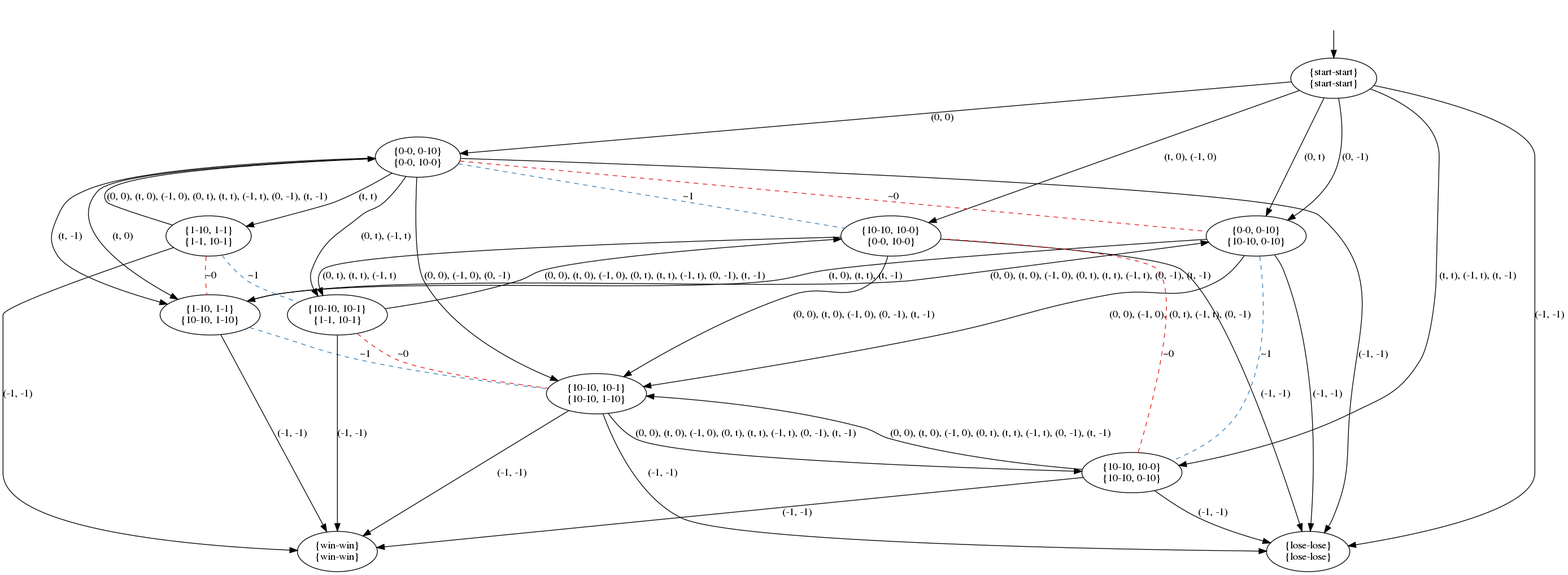
This is pictures/memory_GK2.png from olandr/mkbsc, a Graphviz export, as it was before one commit. Its source is kept beside it as pictures/memory_GK2.dot. The source it was exported from:
```dot
digraph  {
concentrate=False;
nodesep=0.5;
ranksep=0.5;
splines=True;
140577457445744 [label="{start-start}\n{start-start}"];
140577457446024 [label="{0-0, 0-10}\n{0-0, 10-0}"];
140577457443952 [label="{10-10, 10-0}\n{0-0, 10-0}"];
140577457444736 [label="{0-0, 0-10}\n{10-10, 0-10}"];
140577457445632 [label="{10-10, 10-0}\n{10-10, 0-10}"];
140577457444456 [label="{lose-lose}\n{lose-lose}"];
140577457444960 [label="{10-10, 10-1}\n{10-10, 1-10}"];
140577457444904 [label="{1-10, 1-1}\n{10-10, 1-10}"];
140577457444176 [label="{10-10, 10-1}\n{1-1, 10-1}"];
140577457443728 [label="{1-10, 1-1}\n{1-1, 10-1}"];
140577457210480 [label="{win-win}\n{win-win}"];
hidden [label="", shape=none];
140577457445744 -> 140577457446024  [action="('0', '0')", key="('0', '0')", label="(0, 0)"];
140577457445744 -> 140577457444736  [action="('0', 't')", key="('0', 't')", label="(0, t)"];
140577457445744 -> 140577457444736  [action="('0', '-1')", key="('0', '-1')", label="(0, -1)"];
140577457445744 -> 140577457444456  [action="('-1', '-1')", key="('-1', '-1')", label="(-1, -1)"];
140577457445744 -> 140577457443952  [action="(('t', '0'), ('-1', '0'))", key="(('t', '0'), ('-1', '0'))", label="(t, 0), (-1, 0)"];
140577457445744 -> 140577457445632  [action="(('t', 't'), ('-1', 't'), ('t', '-1'))", key="(('t', 't'), ('-1', 't'), ('t', '-1'))", label="(t, t), (-1, t), (t, -1)"];
140577457446024 -> 140577457444904  [action="('t', '0')", key="('t', '0')", label="(t, 0)"];
140577457446024 -> 140577457444904  [action="('t', '-1')", key="('t', '-1')", label="(t, -1)"];
140577457446024 -> 140577457443728  [action="('t', 't')", key="('t', 't')", label="(t, t)"];
140577457446024 -> 140577457444456  [action="('-1', '-1')", key="('-1', '-1')", label="(-1, -1)"];
140577457446024 -> 140577457444960  [action="(('0', '0'), ('-1', '0'), ('0', '-1'))", key="(('0', '0'), ('-1', '0'), ('0', '-1'))", label="(0, 0), (-1, 0), (0, -1)"];
140577457446024 -> 140577457444176  [action="(('0', 't'), ('-1', 't'))", key="(('0', 't'), ('-1', 't'))", label="(0, t), (-1, t)"];
140577457446024 -> 140577457444736  [arrowhead=none, color=1, colorscheme=set19, constraint=True, key=0, label="~0", style=dashed];
140577457446024 -> 140577457443952  [arrowhead=none, color=2, colorscheme=set19, constraint=True, key=0, label="~1", style=dashed];
140577457443952 -> 140577457444456  [action="('-1', '-1')", key="('-1', '-1')", label="(-1, -1)"];
140577457443952 -> 140577457444960  [action="(('0', '0'), ('t', '0'), ('-1', '0'), ('0', '-1'), ('t', '-1'))", key="(('0', '0'), ('t', '0'), ('-1', '0'), ('0', '-1'), ('t', '-1'))", label="(0, 0), (t, 0), (-1, 0), (0, -1), (t, -1)"];
140577457443952 -> 140577457444176  [action="(('0', 't'), ('t', 't'), ('-1', 't'))", key="(('0', 't'), ('t', 't'), ('-1', 't'))", label="(0, t), (t, t), (-1, t)"];
140577457444736 -> 140577457444456  [action="('-1', '-1')", key="('-1', '-1')", label="(-1, -1)"];
140577457444736 -> 140577457444960  [action="(('0', '0'), ('-1', '0'), ('0', 't'), ('-1', 't'), ('0', '-1'))", key="(('0', '0'), ('-1', '0'), ('0', 't'), ('-1', 't'), ('0', '-1'))", label="(0, 0), (-1, 0), (0, t), (-1, t), (0, -1)"];
140577457444736 -> 140577457444904  [action="(('t', '0'), ('t', 't'), ('t', '-1'))", key="(('t', '0'), ('t', 't'), ('t', '-1'))", label="(t, 0), (t, t), (t, -1)"];
140577457444736 -> 140577457445632  [arrowhead=none, color=2, colorscheme=set19, constraint=True, key=0, label="~1", style=dashed];
140577457445632 -> 140577457210480  [action="('-1', '-1')", key="('-1', '-1')", label="(-1, -1)"];
140577457445632 -> 140577457444456  [action="('-1', '-1')", key="('-1', '-1')", label="(-1, -1)"];
140577457445632 -> 140577457444960  [action="(('0', '0'), ('t', '0'), ('-1', '0'), ('0', 't'), ('t', 't'), ('-1', 't'), ('0', '-1'), ('t', '-1'))", key="(('0', '0'), ('t', '0'), ('-1', '0'), ('0', 't'), ('t', 't'), ('-1', 't'), ('0', '-1'), ('t', '-1'))", label="(0, 0), (t, 0), (-1, 0), (0, t), (t, t), (-1, t), (0, -1), (t, -1)"];
140577457445632 -> 140577457443952  [arrowhead=none, color=1, colorscheme=set19, constraint=True, key=0, label="~0", style=dashed];
140577457444960 -> 140577457210480  [action="('-1', '-1')", key="('-1', '-1')", label="(-1, -1)"];
140577457444960 -> 140577457444456  [action="('-1', '-1')", key="('-1', '-1')", label="(-1, -1)"];
140577457444960 -> 140577457445632  [action="(('0', '0'), ('t', '0'), ('-1', '0'), ('0', 't'), ('t', 't'), ('-1', 't'), ('0', '-1'), ('t', '-1'))", key="(('0', '0'), ('t', '0'), ('-1', '0'), ('0', 't'), ('t', 't'), ('-1', 't'), ('0', '-1'), ('t', '-1'))", label="(0, 0), (t, 0), (-1, 0), (0, t), (t, t), (-1, t), (0, -1), (t, -1)"];
140577457444904 -> 140577457210480  [action="('-1', '-1')", key="('-1', '-1')", label="(-1, -1)"];
140577457444904 -> 140577457444736  [action="(('0', '0'), ('t', '0'), ('-1', '0'), ('0', 't'), ('t', 't'), ('-1', 't'), ('0', '-1'), ('t', '-1'))", key="(('0', '0'), ('t', '0'), ('-1', '0'), ('0', 't'), ('t', 't'), ('-1', 't'), ('0', '-1'), ('t', '-1'))", label="(0, 0), (t, 0), (-1, 0), (0, t), (t, t), (-1, t), (0, -1), (t, -1)"];
140577457444904 -> 140577457444960  [arrowhead=none, color=2, colorscheme=set19, constraint=True, key=0, label="~1", style=dashed];
140577457444176 -> 140577457210480  [action="('-1', '-1')", key="('-1', '-1')", label="(-1, -1)"];
140577457444176 -> 140577457443952  [action="(('0', '0'), ('t', '0'), ('-1', '0'), ('0', 't'), ('t', 't'), ('-1', 't'), ('0', '-1'), ('t', '-1'))", key="(('0', '0'), ('t', '0'), ('-1', '0'), ('0', 't'), ('t', 't'), ('-1', 't'), ('0', '-1'), ('t', '-1'))", label="(0, 0), (t, 0), (-1, 0), (0, t), (t, t), (-1, t), (0, -1), (t, -1)"];
140577457444176 -> 140577457444960  [arrowhead=none, color=1, colorscheme=set19, constraint=True, key=0, label="~0", style=dashed];
140577457443728 -> 140577457210480  [action="('-1', '-1')", key="('-1', '-1')", label="(-1, -1)"];
140577457443728 -> 140577457446024  [action="(('0', '0'), ('t', '0'), ('-1', '0'), ('0', 't'), ('t', 't'), ('-1', 't'), ('0', '-1'), ('t', '-1'))", key="(('0', '0'), ('t', '0'), ('-1', '0'), ('0', 't'), ('t', 't'), ('-1', 't'), ('0', '-1'), ('t', '-1'))", label="(0, 0), (t, 0), (-1, 0), (0, t), (t, t), (-1, t), (0, -1), (t, -1)"];
140577457443728 -> 140577457444904  [arrowhead=none, color=1, colorscheme=set19, constraint=True, key=0, label="~0", style=dashed];
140577457443728 -> 140577457444176  [arrowhead=none, color=2, colorscheme=set19, constraint=True, key=0, label="~1", style=dashed];
hidden -> 140577457445744  [key=0];
}
```
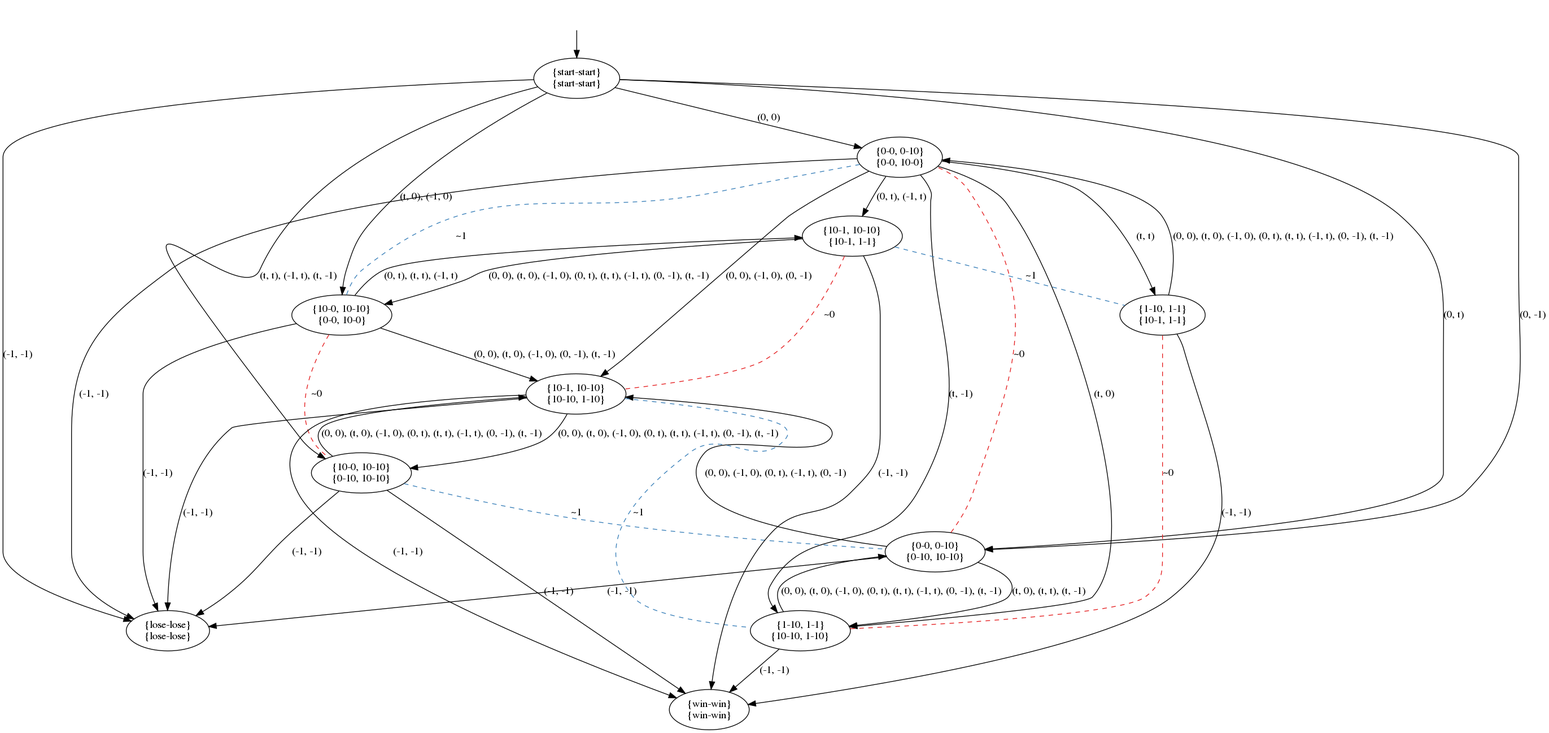
Later version of the same file.

The edit, as a diff of the source:
```diff
@@ -3,55 +3,55 @@
 nodesep=0.5;
 ranksep=0.5;
 splines=True;
-140577457445744 [label="{start-start}\n{start-start}"];
-140577457446024 [label="{0-0, 0-10}\n{0-0, 10-0}"];
-140577457443952 [label="{10-10, 10-0}\n{0-0, 10-0}"];
-140577457444736 [label="{0-0, 0-10}\n{10-10, 0-10}"];
-140577457445632 [label="{10-10, 10-0}\n{10-10, 0-10}"];
-140577457444456 [label="{lose-lose}\n{lose-lose}"];
-140577457444960 [label="{10-10, 10-1}\n{10-10, 1-10}"];
-140577457444904 [label="{1-10, 1-1}\n{10-10, 1-10}"];
-140577457444176 [label="{10-10, 10-1}\n{1-1, 10-1}"];
-140577457443728 [label="{1-10, 1-1}\n{1-1, 10-1}"];
-140577457210480 [label="{win-win}\n{win-win}"];
+139993769306936 [label="{start-start}\n{start-start}"];
+139993769307216 [label="{0-0, 0-10}\n{0-0, 10-0}"];
+139993769305144 [label="{10-0, 10-10}\n{0-0, 10-0}"];
+139993769305928 [label="{0-0, 0-10}\n{0-10, 10-10}"];
+139993769306824 [label="{10-0, 10-10}\n{0-10, 10-10}"];
+139993769305648 [label="{lose-lose}\n{lose-lose}"];
+139993769306152 [label="{10-1, 10-10}\n{10-10, 1-10}"];
+139993769306096 [label="{1-10, 1-1}\n{10-10, 1-10}"];
+139993769305368 [label="{10-1, 10-10}\n{10-1, 1-1}"];
+139993769304920 [label="{1-10, 1-1}\n{10-1, 1-1}"];
+139993769033968 [label="{win-win}\n{win-win}"];
 hidden [label="", shape=none];
-140577457445744 -> 140577457446024  [action="('0', '0')", key="('0', '0')", label="(0, 0)"];
-140577457445744 -> 140577457444736  [action="('0', 't')", key="('0', 't')", label="(0, t)"];
-140577457445744 -> 140577457444736  [action="('0', '-1')", key="('0', '-1')", label="(0, -1)"];
-140577457445744 -> 140577457444456  [action="('-1', '-1')", key="('-1', '-1')", label="(-1, -1)"];
-140577457445744 -> 140577457443952  [action="(('t', '0'), ('-1', '0'))", key="(('t', '0'), ('-1', '0'))", label="(t, 0), (-1, 0)"];
-140577457445744 -> 140577457445632  [action="(('t', 't'), ('-1', 't'), ('t', '-1'))", key="(('t', 't'), ('-1', 't'), ('t', '-1'))", label="(t, t), (-1, t), (t, -1)"];
-140577457446024 -> 140577457444904  [action="('t', '0')", key="('t', '0')", label="(t, 0)"];
-140577457446024 -> 140577457444904  [action="('t', '-1')", key="('t', '-1')", label="(t, -1)"];
-140577457446024 -> 140577457443728  [action="('t', 't')", key="('t', 't')", label="(t, t)"];
-140577457446024 -> 140577457444456  [action="('-1', '-1')", key="('-1', '-1')", label="(-1, -1)"];
-140577457446024 -> 140577457444960  [action="(('0', '0'), ('-1', '0'), ('0', '-1'))", key="(('0', '0'), ('-1', '0'), ('0', '-1'))", label="(0, 0), (-1, 0), (0, -1)"];
-140577457446024 -> 140577457444176  [action="(('0', 't'), ('-1', 't'))", key="(('0', 't'), ('-1', 't'))", label="(0, t), (-1, t)"];
-140577457446024 -> 140577457444736  [arrowhead=none, color=1, colorscheme=set19, constraint=True, key=0, label="~0", style=dashed];
-140577457446024 -> 140577457443952  [arrowhead=none, color=2, colorscheme=set19, constraint=True, key=0, label="~1", style=dashed];
-140577457443952 -> 140577457444456  [action="('-1', '-1')", key="('-1', '-1')", label="(-1, -1)"];
-140577457443952 -> 140577457444960  [action="(('0', '0'), ('t', '0'), ('-1', '0'), ('0', '-1'), ('t', '-1'))", key="(('0', '0'), ('t', '0'), ('-1', '0'), ('0', '-1'), ('t', '-1'))", label="(0, 0), (t, 0), (-1, 0), (0, -1), (t, -1)"];
-140577457443952 -> 140577457444176  [action="(('0', 't'), ('t', 't'), ('-1', 't'))", key="(('0', 't'), ('t', 't'), ('-1', 't'))", label="(0, t), (t, t), (-1, t)"];
-140577457444736 -> 140577457444456  [action="('-1', '-1')", key="('-1', '-1')", label="(-1, -1)"];
-140577457444736 -> 140577457444960  [action="(('0', '0'), ('-1', '0'), ('0', 't'), ('-1', 't'), ('0', '-1'))", key="(('0', '0'), ('-1', '0'), ('0', 't'), ('-1', 't'), ('0', '-1'))", label="(0, 0), (-1, 0), (0, t), (-1, t), (0, -1)"];
-140577457444736 -> 140577457444904  [action="(('t', '0'), ('t', 't'), ('t', '-1'))", key="(('t', '0'), ('t', 't'), ('t', '-1'))", label="(t, 0), (t, t), (t, -1)"];
-140577457444736 -> 140577457445632  [arrowhead=none, color=2, colorscheme=set19, constraint=True, key=0, label="~1", style=dashed];
-140577457445632 -> 140577457210480  [action="('-1', '-1')", key="('-1', '-1')", label="(-1, -1)"];
-140577457445632 -> 140577457444456  [action="('-1', '-1')", key="('-1', '-1')", label="(-1, -1)"];
-140577457445632 -> 140577457444960  [action="(('0', '0'), ('t', '0'), ('-1', '0'), ('0', 't'), ('t', 't'), ('-1', 't'), ('0', '-1'), ('t', '-1'))", key="(('0', '0'), ('t', '0'), ('-1', '0'), ('0', 't'), ('t', 't'), ('-1', 't'), ('0', '-1'), ('t', '-1'))", label="(0, 0), (t, 0), (-1, 0), (0, t), (t, t), (-1, t), (0, -1), (t, -1)"];
-140577457445632 -> 140577457443952  [arrowhead=none, color=1, colorscheme=set19, constraint=True, key=0, label="~0", style=dashed];
-140577457444960 -> 140577457210480  [action="('-1', '-1')", key="('-1', '-1')", label="(-1, -1)"];
-140577457444960 -> 140577457444456  [action="('-1', '-1')", key="('-1', '-1')", label="(-1, -1)"];
-140577457444960 -> 140577457445632  [action="(('0', '0'), ('t', '0'), ('-1', '0'), ('0', 't'), ('t', 't'), ('-1', 't'), ('0', '-1'), ('t', '-1'))", key="(('0', '0'), ('t', '0'), ('-1', '0'), ('0', 't'), ('t', 't'), ('-1', 't'), ('0', '-1'), ('t', '-1'))", label="(0, 0), (t, 0), (-1, 0), (0, t), (t, t), (-1, t), (0, -1), (t, -1)"];
-140577457444904 -> 140577457210480  [action="('-1', '-1')", key="('-1', '-1')", label="(-1, -1)"];
-140577457444904 -> 140577457444736  [action="(('0', '0'), ('t', '0'), ('-1', '0'), ('0', 't'), ('t', 't'), ('-1', 't'), ('0', '-1'), ('t', '-1'))", key="(('0', '0'), ('t', '0'), ('-1', '0'), ('0', 't'), ('t', 't'), ('-1', 't'), ('0', '-1'), ('t', '-1'))", label="(0, 0), (t, 0), (-1, 0), (0, t), (t, t), (-1, t), (0, -1), (t, -1)"];
-140577457444904 -> 140577457444960  [arrowhead=none, color=2, colorscheme=set19, constraint=True, key=0, label="~1", style=dashed];
-140577457444176 -> 140577457210480  [action="('-1', '-1')", key="('-1', '-1')", label="(-1, -1)"];
-140577457444176 -> 140577457443952  [action="(('0', '0'), ('t', '0'), ('-1', '0'), ('0', 't'), ('t', 't'), ('-1', 't'), ('0', '-1'), ('t', '-1'))", key="(('0', '0'), ('t', '0'), ('-1', '0'), ('0', 't'), ('t', 't'), ('-1', 't'), ('0', '-1'), ('t', '-1'))", label="(0, 0), (t, 0), (-1, 0), (0, t), (t, t), (-1, t), (0, -1), (t, -1)"];
-140577457444176 -> 140577457444960  [arrowhead=none, color=1, colorscheme=set19, constraint=True, key=0, label="~0", style=dashed];
-140577457443728 -> 140577457210480  [action="('-1', '-1')", key="('-1', '-1')", label="(-1, -1)"];
-140577457443728 -> 140577457446024  [action="(('0', '0'), ('t', '0'), ('-1', '0'), ('0', 't'), ('t', 't'), ('-1', 't'), ('0', '-1'), ('t', '-1'))", key="(('0', '0'), ('t', '0'), ('-1', '0'), ('0', 't'), ('t', 't'), ('-1', 't'), ('0', '-1'), ('t', '-1'))", label="(0, 0), (t, 0), (-1, 0), (0, t), (t, t), (-1, t), (0, -1), (t, -1)"];
-140577457443728 -> 140577457444904  [arrowhead=none, color=1, colorscheme=set19, constraint=True, key=0, label="~0", style=dashed];
-140577457443728 -> 140577457444176  [arrowhead=none, color=2, colorscheme=set19, constraint=True, key=0, label="~1", style=dashed];
-hidden -> 140577457445744  [key=0];
+139993769306936 -> 139993769307216  [action="('0', '0')", key="('0', '0')", label="(0, 0)"];
+139993769306936 -> 139993769305928  [action="('0', 't')", key="('0', 't')", label="(0, t)"];
+139993769306936 -> 139993769305928  [action="('0', '-1')", key="('0', '-1')", label="(0, -1)"];
+139993769306936 -> 139993769305648  [action="('-1', '-1')", key="('-1', '-1')", label="(-1, -1)"];
+139993769306936 -> 139993769305144  [action="(('t', '0'), ('-1', '0'))", key="(('t', '0'), ('-1', '0'))", label="(t, 0), (-1, 0)"];
+139993769306936 -> 139993769306824  [action="(('t', 't'), ('-1', 't'), ('t', '-1'))", key="(('t', 't'), ('-1', 't'), ('t', '-1'))", label="(t, t), (-1, t), (t, -1)"];
+139993769307216 -> 139993769306096  [action="('t', '0')", key="('t', '0')", label="(t, 0)"];
+139993769307216 -> 139993769306096  [action="('t', '-1')", key="('t', '-1')", label="(t, -1)"];
+139993769307216 -> 139993769304920  [action="('t', 't')", key="('t', 't')", label="(t, t)"];
+139993769307216 -> 139993769305648  [action="('-1', '-1')", key="('-1', '-1')", label="(-1, -1)"];
+139993769307216 -> 139993769306152  [action="(('0', '0'), ('-1', '0'), ('0', '-1'))", key="(('0', '0'), ('-1', '0'), ('0', '-1'))", label="(0, 0), (-1, 0), (0, -1)"];
+139993769307216 -> 139993769305368  [action="(('0', 't'), ('-1', 't'))", key="(('0', 't'), ('-1', 't'))", label="(0, t), (-1, t)"];
+139993769305144 -> 139993769305648  [action="('-1', '-1')", key="('-1', '-1')", label="(-1, -1)"];
+139993769305144 -> 139993769306152  [action="(('0', '0'), ('t', '0'), ('-1', '0'), ('0', '-1'), ('t', '-1'))", key="(('0', '0'), ('t', '0'), ('-1', '0'), ('0', '-1'), ('t', '-1'))", label="(0, 0), (t, 0), (-1, 0), (0, -1), (t, -1)"];
+139993769305144 -> 139993769305368  [action="(('0', 't'), ('t', 't'), ('-1', 't'))", key="(('0', 't'), ('t', 't'), ('-1', 't'))", label="(0, t), (t, t), (-1, t)"];
+139993769305144 -> 139993769306824  [arrowhead=none, color=1, colorscheme=set19, constraint=True, key=0, label="~0", style=dashed];
+139993769305144 -> 139993769307216  [arrowhead=none, color=2, colorscheme=set19, constraint=True, key=0, label="~1", style=dashed];
+139993769305928 -> 139993769305648  [action="('-1', '-1')", key="('-1', '-1')", label="(-1, -1)"];
+139993769305928 -> 139993769306152  [action="(('0', '0'), ('-1', '0'), ('0', 't'), ('-1', 't'), ('0', '-1'))", key="(('0', '0'), ('-1', '0'), ('0', 't'), ('-1', 't'), ('0', '-1'))", label="(0, 0), (-1, 0), (0, t), (-1, t), (0, -1)"];
+139993769305928 -> 139993769306096  [action="(('t', '0'), ('t', 't'), ('t', '-1'))", key="(('t', '0'), ('t', 't'), ('t', '-1'))", label="(t, 0), (t, t), (t, -1)"];
+139993769305928 -> 139993769307216  [arrowhead=none, color=1, colorscheme=set19, constraint=True, key=0, label="~0", style=dashed];
+139993769306824 -> 139993769305648  [action="('-1', '-1')", key="('-1', '-1')", label="(-1, -1)"];
+139993769306824 -> 139993769033968  [action="('-1', '-1')", key="('-1', '-1')", label="(-1, -1)"];
+139993769306824 -> 139993769306152  [action="(('0', '0'), ('t', '0'), ('-1', '0'), ('0', 't'), ('t', 't'), ('-1', 't'), ('0', '-1'), ('t', '-1'))", key="(('0', '0'), ('t', '0'), ('-1', '0'), ('0', 't'), ('t', 't'), ('-1', 't'), ('0', '-1'), ('t', '-1'))", label="(0, 0), (t, 0), (-1, 0), (0, t), (t, t), (-1, t), (0, -1), (t, -1)"];
+139993769306824 -> 139993769305928  [arrowhead=none, color=2, colorscheme=set19, constraint=True, key=0, label="~1", style=dashed];
+139993769306152 -> 139993769305648  [action="('-1', '-1')", key="('-1', '-1')", label="(-1, -1)"];
+139993769306152 -> 139993769033968  [action="('-1', '-1')", key="('-1', '-1')", label="(-1, -1)"];
+139993769306152 -> 139993769306824  [action="(('0', '0'), ('t', '0'), ('-1', '0'), ('0', 't'), ('t', 't'), ('-1', 't'), ('0', '-1'), ('t', '-1'))", key="(('0', '0'), ('t', '0'), ('-1', '0'), ('0', 't'), ('t', 't'), ('-1', 't'), ('0', '-1'), ('t', '-1'))", label="(0, 0), (t, 0), (-1, 0), (0, t), (t, t), (-1, t), (0, -1), (t, -1)"];
+139993769306152 -> 139993769306096  [arrowhead=none, color=2, colorscheme=set19, constraint=True, key=0, label="~1", style=dashed];
+139993769306096 -> 139993769033968  [action="('-1', '-1')", key="('-1', '-1')", label="(-1, -1)"];
+139993769306096 -> 139993769305928  [action="(('0', '0'), ('t', '0'), ('-1', '0'), ('0', 't'), ('t', 't'), ('-1', 't'), ('0', '-1'), ('t', '-1'))", key="(('0', '0'), ('t', '0'), ('-1', '0'), ('0', 't'), ('t', 't'), ('-1', 't'), ('0', '-1'), ('t', '-1'))", label="(0, 0), (t, 0), (-1, 0), (0, t), (t, t), (-1, t), (0, -1), (t, -1)"];
+139993769305368 -> 139993769033968  [action="('-1', '-1')", key="('-1', '-1')", label="(-1, -1)"];
+139993769305368 -> 139993769305144  [action="(('0', '0'), ('t', '0'), ('-1', '0'), ('0', 't'), ('t', 't'), ('-1', 't'), ('0', '-1'), ('t', '-1'))", key="(('0', '0'), ('t', '0'), ('-1', '0'), ('0', 't'), ('t', 't'), ('-1', 't'), ('0', '-1'), ('t', '-1'))", label="(0, 0), (t, 0), (-1, 0), (0, t), (t, t), (-1, t), (0, -1), (t, -1)"];
+139993769305368 -> 139993769306152  [arrowhead=none, color=1, colorscheme=set19, constraint=True, key=0, label="~0", style=dashed];
+139993769305368 -> 139993769304920  [arrowhead=none, color=2, colorscheme=set19, constraint=True, key=0, label="~1", style=dashed];
+139993769304920 -> 139993769033968  [action="('-1', '-1')", key="('-1', '-1')", label="(-1, -1)"];
+139993769304920 -> 139993769307216  [action="(('0', '0'), ('t', '0'), ('-1', '0'), ('0', 't'), ('t', 't'), ('-1', 't'), ('0', '-1'), ('t', '-1'))", key="(('0', '0'), ('t', '0'), ('-1', '0'), ('0', 't'), ('t', 't'), ('-1', 't'), ('0', '-1'), ('t', '-1'))", label="(0, 0), (t, 0), (-1, 0), (0, t), (t, t), (-1, t), (0, -1), (t, -1)"];
+139993769304920 -> 139993769306096  [arrowhead=none, color=1, colorscheme=set19, constraint=True, key=0, label="~0", style=dashed];
+hidden -> 139993769306936  [key=0];
 }
```
